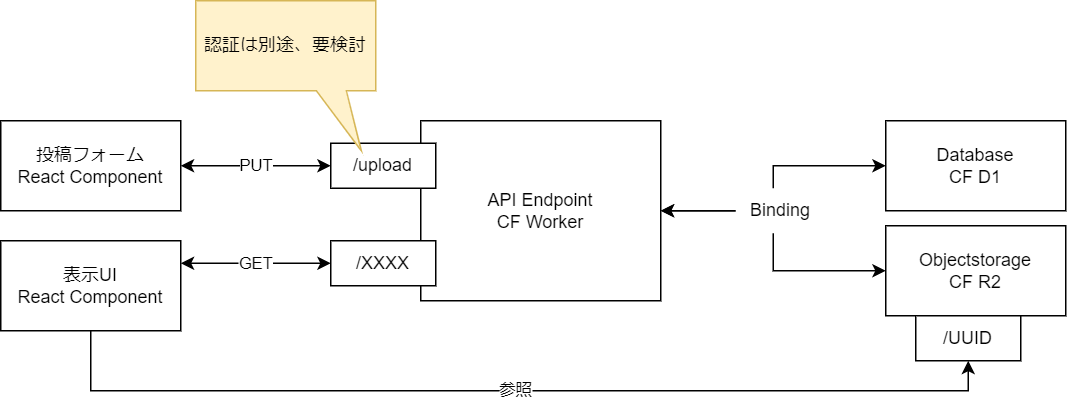
Above: .github/images/components.png in nekono-dev/cfblog-practice (draw.io), before the change. Source tidied: cells renumbered, new cells last; positions are measured from the earlier drawing's top-left corner, leaving out a move shared by most shapes. Its diagram source:
```xml
<mxGraphModel background="#ffffff">
  <root>
    <mxCell id="0" />
    <mxCell id="1" parent="0" />
    <mxCell id="2" value="PUT" style="edgeStyle=orthogonalEdgeStyle;rounded=0;jettySize=auto;html=1;exitX=1;exitY=0.5;exitDx=0;exitDy=0;entryX=0;entryY=0.5;entryDx=0;entryDy=0;startArrow=classic;startFill=1;" parent="1" edge="1" source="3" target="11">
      <mxGeometry relative="1" as="geometry" />
    </mxCell>
    <mxCell id="3" value="投稿フォーム&lt;br&gt;React Component" style="rounded=0;whiteSpace=wrap;html=1;" parent="1" vertex="1">
      <mxGeometry y="80" width="120" height="60" as="geometry" />
    </mxCell>
    <mxCell id="4" style="edgeStyle=orthogonalEdgeStyle;rounded=0;jettySize=auto;html=1;exitX=1;exitY=0.5;exitDx=0;exitDy=0;startArrow=classic;startFill=1;entryX=0;entryY=0.5;entryDx=0;entryDy=0;" parent="1" edge="1" source="5" target="7">
      <mxGeometry relative="1" as="geometry" />
    </mxCell>
    <mxCell id="5" value="API Endpoint&lt;br&gt;CF Worker" style="rounded=0;whiteSpace=wrap;html=1;" parent="1" vertex="1">
      <mxGeometry x="280" y="80" width="160" height="120" as="geometry" />
    </mxCell>
    <mxCell id="6" value="Database&lt;br&gt;CF D1" style="rounded=0;whiteSpace=wrap;html=1;" parent="1" vertex="1">
      <mxGeometry x="590" y="80" width="120" height="60" as="geometry" />
    </mxCell>
    <mxCell id="7" value="Objectstorage&lt;br&gt;CF R2" style="rounded=0;whiteSpace=wrap;html=1;" parent="1" vertex="1">
      <mxGeometry x="590" y="150" width="120" height="60" as="geometry" />
    </mxCell>
    <mxCell id="8" value="参照" style="edgeStyle=orthogonalEdgeStyle;rounded=0;jettySize=auto;html=1;exitX=0.5;exitY=1;exitDx=0;exitDy=0;startArrow=none;startFill=0;entryX=0.5;entryY=1;entryDx=0;entryDy=0;" parent="1" edge="1" source="10" target="15">
      <mxGeometry relative="1" as="geometry" />
    </mxCell>
    <mxCell id="9" value="GET" style="edgeStyle=orthogonalEdgeStyle;rounded=0;jettySize=auto;html=1;exitX=1;exitY=0.25;exitDx=0;exitDy=0;entryX=0;entryY=0.5;entryDx=0;entryDy=0;startArrow=classic;startFill=1;" parent="1" edge="1" source="10" target="12">
      <mxGeometry relative="1" as="geometry" />
    </mxCell>
    <mxCell id="10" value="表示UI&lt;br&gt;React Component" style="rounded=0;whiteSpace=wrap;html=1;" parent="1" vertex="1">
      <mxGeometry y="160" width="120" height="60" as="geometry" />
    </mxCell>
    <mxCell id="11" value="/upload" style="rounded=0;whiteSpace=wrap;html=1;" parent="1" vertex="1">
      <mxGeometry x="220" y="95" width="70" height="30" as="geometry" />
    </mxCell>
    <mxCell id="12" value="/XXXX" style="rounded=0;whiteSpace=wrap;html=1;" parent="1" vertex="1">
      <mxGeometry x="220" y="160" width="70" height="30" as="geometry" />
    </mxCell>
    <mxCell id="13" style="edgeStyle=orthogonalEdgeStyle;rounded=0;orthogonalLoop=1;jettySize=auto;html=1;exitX=0.5;exitY=1;exitDx=0;exitDy=0;startArrow=none;startFill=0;" parent="1" edge="1" source="12" target="12">
      <mxGeometry relative="1" as="geometry" />
    </mxCell>
    <mxCell id="14" value="認証は別途、要検討" style="shape=callout;whiteSpace=wrap;html=1;perimeter=calloutPerimeter;base=20;position2=0.92;size=40;position=0.67;fillColor=#fff2cc;strokeColor=#d6b656;" parent="1" vertex="1">
      <mxGeometry x="130" width="120" height="100" as="geometry" />
    </mxCell>
    <mxCell id="15" value="/UUID" style="rounded=0;whiteSpace=wrap;html=1;" parent="1" vertex="1">
      <mxGeometry x="610" y="210" width="70" height="30" as="geometry" />
    </mxCell>
    <mxCell id="16" style="edgeStyle=orthogonalEdgeStyle;rounded=0;jettySize=auto;html=1;exitX=1;exitY=0.5;exitDx=0;exitDy=0;startArrow=classic;startFill=1;entryX=0;entryY=0.5;entryDx=0;entryDy=0;" parent="1" edge="1" source="5" target="6">
      <mxGeometry x="-0.13" relative="1" as="geometry" />
    </mxCell>
    <mxCell id="17" value="Binding" style="text;html=1;strokeColor=none;fillColor=default;align=center;verticalAlign=middle;whiteSpace=wrap;rounded=0;" parent="1" vertex="1">
      <mxGeometry x="490" y="125" width="60" height="30" as="geometry" />
    </mxCell>
  </root>
</mxGraphModel>
```
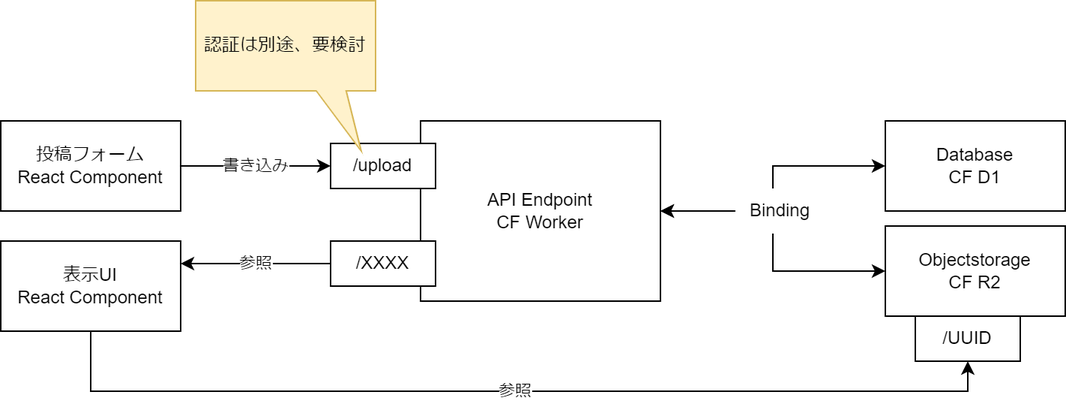
The same diagram one commit later.

Diff of the diagram source:
```diff
@@ -2,7 +2,7 @@
   <root>
     <mxCell id="0" />
     <mxCell id="1" parent="0" />
-    <mxCell id="2" value="PUT" style="edgeStyle=orthogonalEdgeStyle;rounded=0;jettySize=auto;html=1;exitX=1;exitY=0.5;exitDx=0;exitDy=0;entryX=0;entryY=0.5;entryDx=0;entryDy=0;startArrow=classic;startFill=1;" parent="1" edge="1" source="3" target="11">
+    <mxCell id="2" value="書き込み" style="edgeStyle=orthogonalEdgeStyle;rounded=0;jettySize=auto;html=1;exitX=1;exitY=0.5;exitDx=0;exitDy=0;entryX=0;entryY=0.5;entryDx=0;entryDy=0;startArrow=none;startFill=0;" parent="1" edge="1" source="3" target="11">
       <mxGeometry relative="1" as="geometry" />
     </mxCell>
     <mxCell id="3" value="投稿フォーム&lt;br&gt;React Component" style="rounded=0;whiteSpace=wrap;html=1;" parent="1" vertex="1">
@@ -23,7 +23,7 @@
     <mxCell id="8" value="参照" style="edgeStyle=orthogonalEdgeStyle;rounded=0;jettySize=auto;html=1;exitX=0.5;exitY=1;exitDx=0;exitDy=0;startArrow=none;startFill=0;entryX=0.5;entryY=1;entryDx=0;entryDy=0;" parent="1" edge="1" source="10" target="15">
       <mxGeometry relative="1" as="geometry" />
     </mxCell>
-    <mxCell id="9" value="GET" style="edgeStyle=orthogonalEdgeStyle;rounded=0;jettySize=auto;html=1;exitX=1;exitY=0.25;exitDx=0;exitDy=0;entryX=0;entryY=0.5;entryDx=0;entryDy=0;startArrow=classic;startFill=1;" parent="1" edge="1" source="10" target="12">
+    <mxCell id="9" value="参照" style="edgeStyle=orthogonalEdgeStyle;rounded=0;jettySize=auto;html=1;exitX=1;exitY=0.25;exitDx=0;exitDy=0;entryX=0;entryY=0.5;entryDx=0;entryDy=0;startArrow=classic;startFill=1;endArrow=none;endFill=0;" parent="1" edge="1" source="10" target="12">
       <mxGeometry relative="1" as="geometry" />
     </mxCell>
     <mxCell id="10" value="表示UI&lt;br&gt;React Component" style="rounded=0;whiteSpace=wrap;html=1;" parent="1" vertex="1">
```
